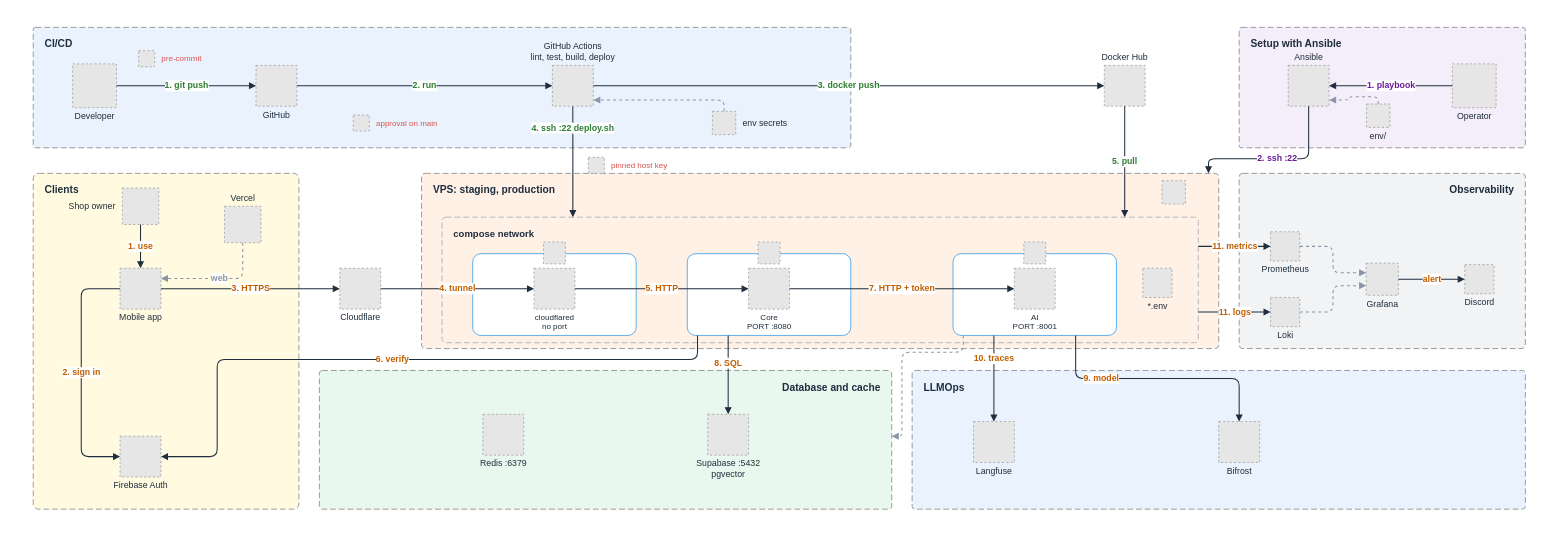
Above: docs/architecture/diagrams/src/ci-cd.drawio in miphu2804/smart-ledger (draw.io), before the change. Source tidied: cells renumbered, new cells numbered last; positions are measured from the earlier drawing's top-left corner, leaving out a move shared by most shapes. Both pictures are drawn from the tidied source at 73%, with x=0, y=0 at pixel (12, 12). Pictures stored in the file or linked from it are replaced by grey dashed boxes.
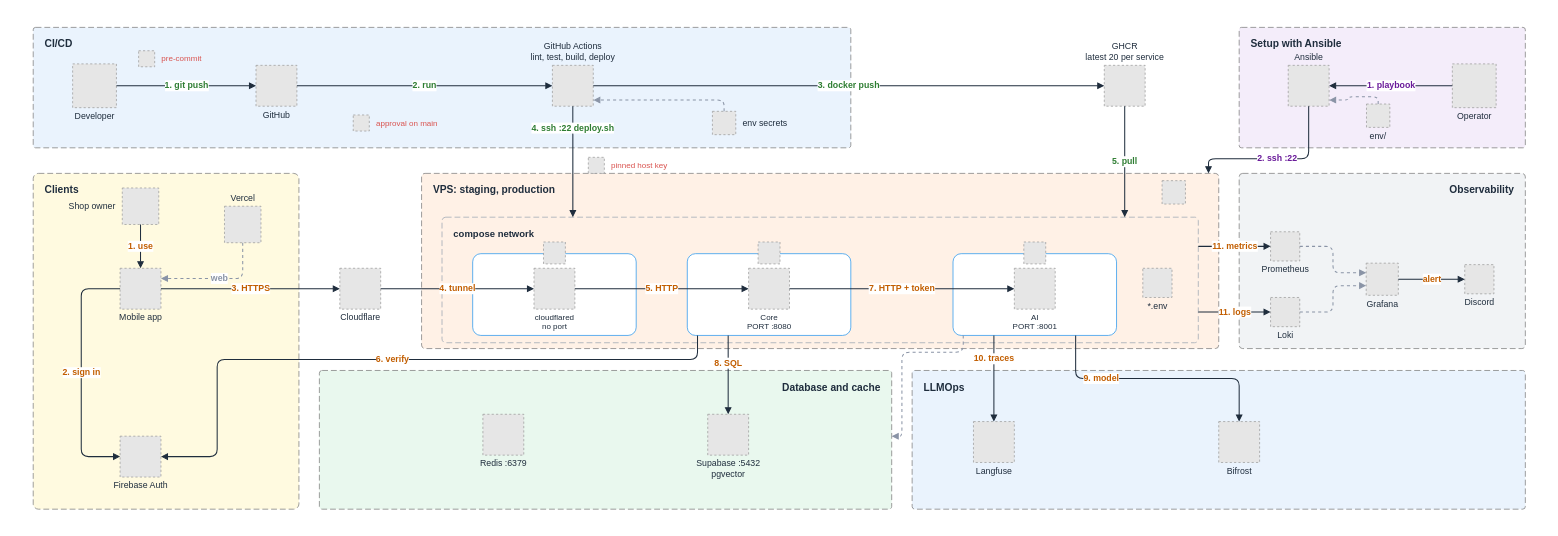
After the change.

Commit message (it also covers changes not shown here):
feat(deploy): push backend images to ghcr and keep the latest 20

Diff of the diagram source:
```diff
@@
-    <mxCell id="7" value="Docker Hub" style="fillColor=#E6E6E6;strokeColor=#999999;dashed=1;verticalLabelPosition=top;verticalAlign=bottom;spacingBottom=2;html=1;fontColor=#1f2d3d;fontSize=12;" parent="1" vertex="1">
+    <mxCell id="7" value="GHCR&lt;br&gt;latest 20 per service" style="fillColor=#E6E6E6;strokeColor=#999999;dashed=1;verticalLabelPosition=top;verticalAlign=bottom;spacingBottom=2;html=1;fontColor=#1f2d3d;fontSize=12;" parent="1" vertex="1">
       <mxGeometry x="1495.2" y="72" width="56" height="56" as="geometry" />
     </mxCell>
```
